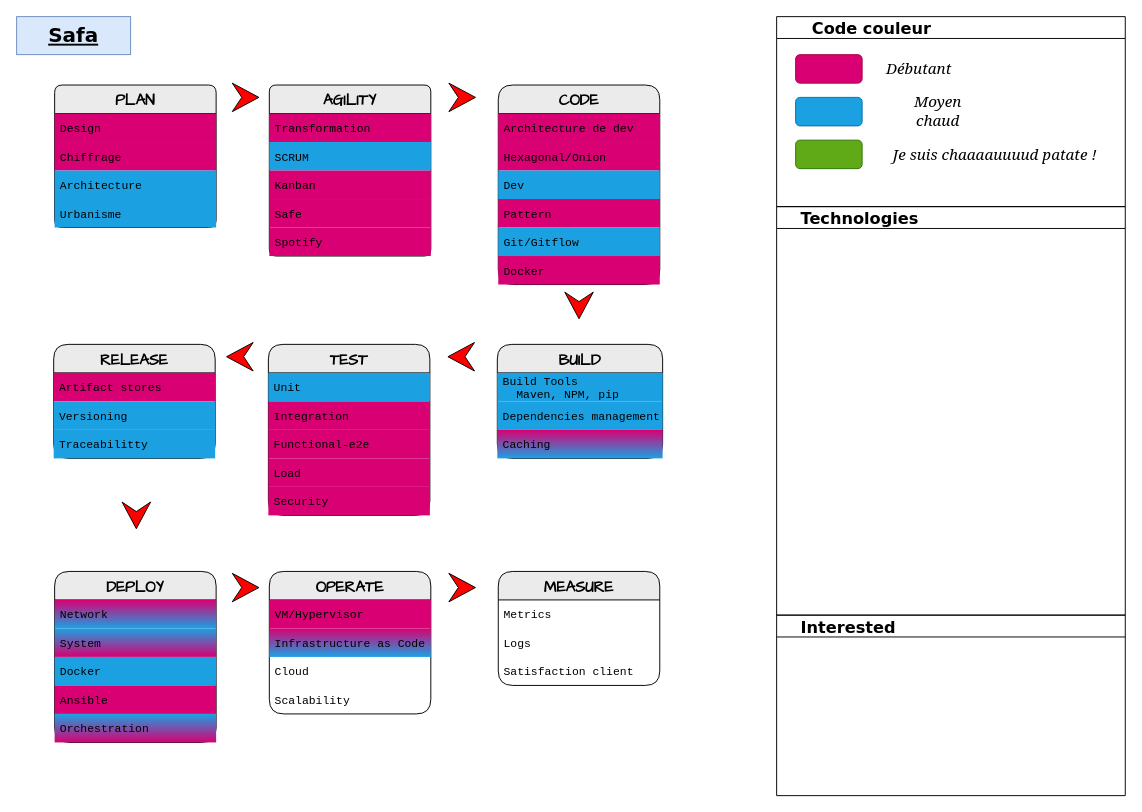
Above: skills.drawio in teolia/TeoSchool_skills (draw.io), before the change. Source tidied: cells renumbered, new cells numbered last; positions are measured from the earlier drawing's top-left corner, leaving out a move shared by most shapes. Both pictures are drawn from the tidied source at 95%, with x=0, y=0 at pixel (16, 16).
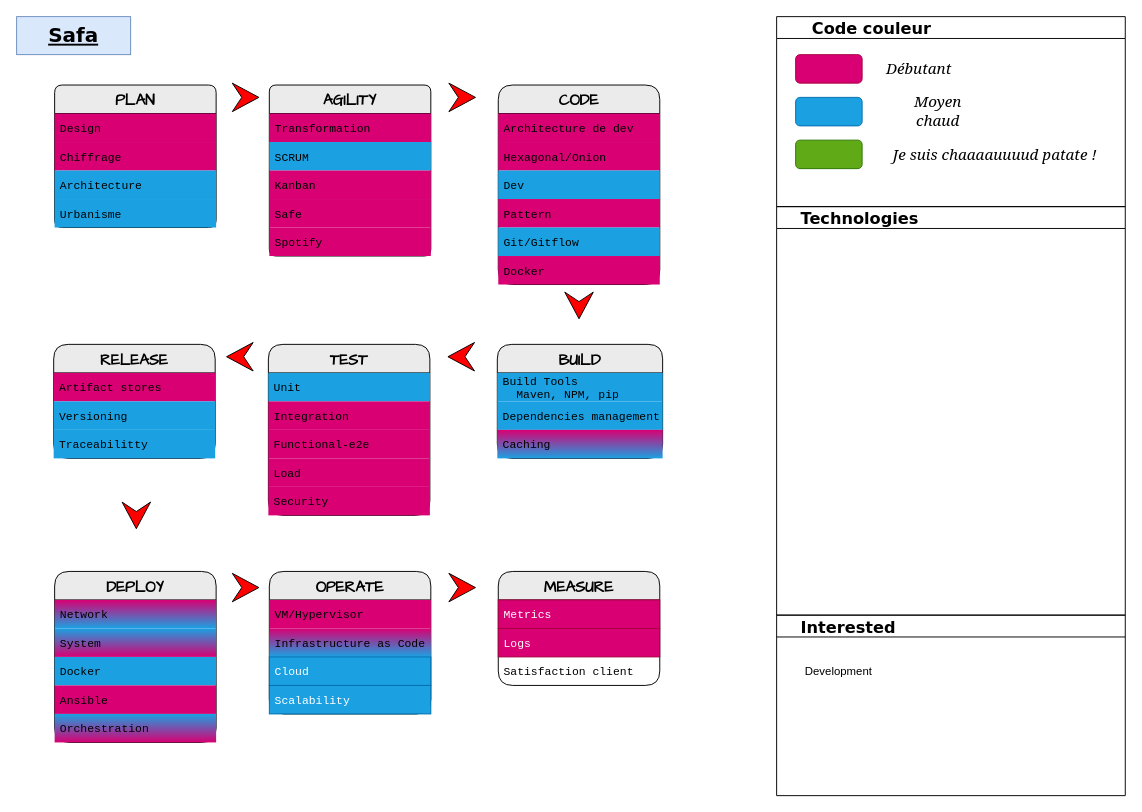
The same diagram, later.

The change refers to these unchanged cells:
```xml
<mxCell id="43" value="OPERATE" style="swimlane;fontStyle=1;horizontal=1;startSize=30;fontFamily=Comic Sans MS;rounded=1;arcSize=17;labelBackgroundColor=none;fillColor=#EBEBEB;fontSize=16;" parent="1" vertex="1">
  <mxGeometry x="266" y="584" width="170" height="150" as="geometry" />
</mxCell>
<mxCell id="48" value="MEASURE" style="swimlane;fontStyle=1;horizontal=1;startSize=30;fontFamily=Comic Sans MS;rounded=1;arcSize=17;labelBackgroundColor=none;fillColor=#EBEBEB;fontSize=16;" parent="1" vertex="1">
  <mxGeometry x="507" y="584" width="170" height="120" as="geometry" />
</mxCell>
<mxCell id="66" value="    Interested" style="swimlane;rounded=0;labelBackgroundColor=none;sketch=0;fontFamily=Verdana;fontSize=17;fontColor=#000000;fillColor=none;align=left;" parent="1" vertex="1">
  <mxGeometry x="800" y="630" width="367" height="190" as="geometry" />
</mxCell>
```

The edit, as a diff of the source:
```diff
@@
-    <mxCell id="46" value="Cloud" style="text;strokeColor=none;fillColor=none;align=left;verticalAlign=middle;spacingLeft=4;spacingRight=4;overflow=hidden;fontFamily=Courier New;" parent="43" vertex="1">
+    <mxCell id="46" value="Cloud" style="text;strokeColor=#006EAF;fillColor=#1ba1e2;align=left;verticalAlign=middle;spacingLeft=4;spacingRight=4;overflow=hidden;fontFamily=Courier New;fontColor=#ffffff;" parent="43" vertex="1">
       <mxGeometry y="90" width="170" height="30" as="geometry" />
     </mxCell>
-    <mxCell id="47" value="Scalability" style="text;strokeColor=none;fillColor=none;align=left;verticalAlign=middle;spacingLeft=4;spacingRight=4;overflow=hidden;fontFamily=Courier New;" parent="43" vertex="1">
+    <mxCell id="47" value="Scalability" style="text;strokeColor=#006EAF;fillColor=#1ba1e2;align=left;verticalAlign=middle;spacingLeft=4;spacingRight=4;overflow=hidden;fontFamily=Courier New;fontColor=#ffffff;" parent="43" vertex="1">
       <mxGeometry y="120" width="170" height="30" as="geometry" />
     </mxCell>
@@
-    <mxCell id="49" value="Metrics" style="text;align=left;verticalAlign=middle;spacingLeft=4;spacingRight=4;overflow=hidden;fontFamily=Courier New;" parent="48" vertex="1">
+    <mxCell id="49" value="Metrics" style="text;align=left;verticalAlign=middle;spacingLeft=4;spacingRight=4;overflow=hidden;fontFamily=Courier New;fillColor=#d80073;fontColor=#ffffff;strokeColor=#A50040;" parent="48" vertex="1">
       <mxGeometry y="30" width="170" height="30" as="geometry" />
     </mxCell>
-    <mxCell id="50" value="Logs" style="text;strokeColor=none;fillColor=none;align=left;verticalAlign=middle;spacingLeft=4;spacingRight=4;overflow=hidden;fontFamily=Courier New;" parent="48" vertex="1">
+    <mxCell id="50" value="Logs" style="text;strokeColor=#A50040;fillColor=#d80073;align=left;verticalAlign=middle;spacingLeft=4;spacingRight=4;overflow=hidden;fontFamily=Courier New;fontColor=#ffffff;" parent="48" vertex="1">
       <mxGeometry y="60" width="170" height="30" as="geometry" />
     </mxCell>
@@
+    <mxCell id="67" value="Development" style="text;html=1;align=center;verticalAlign=middle;strokeColor=none;fillColor=none;" parent="66" vertex="1">
+      <mxGeometry x="20" y="44" width="90" height="30" as="geometry" />
+    </mxCell>
```
